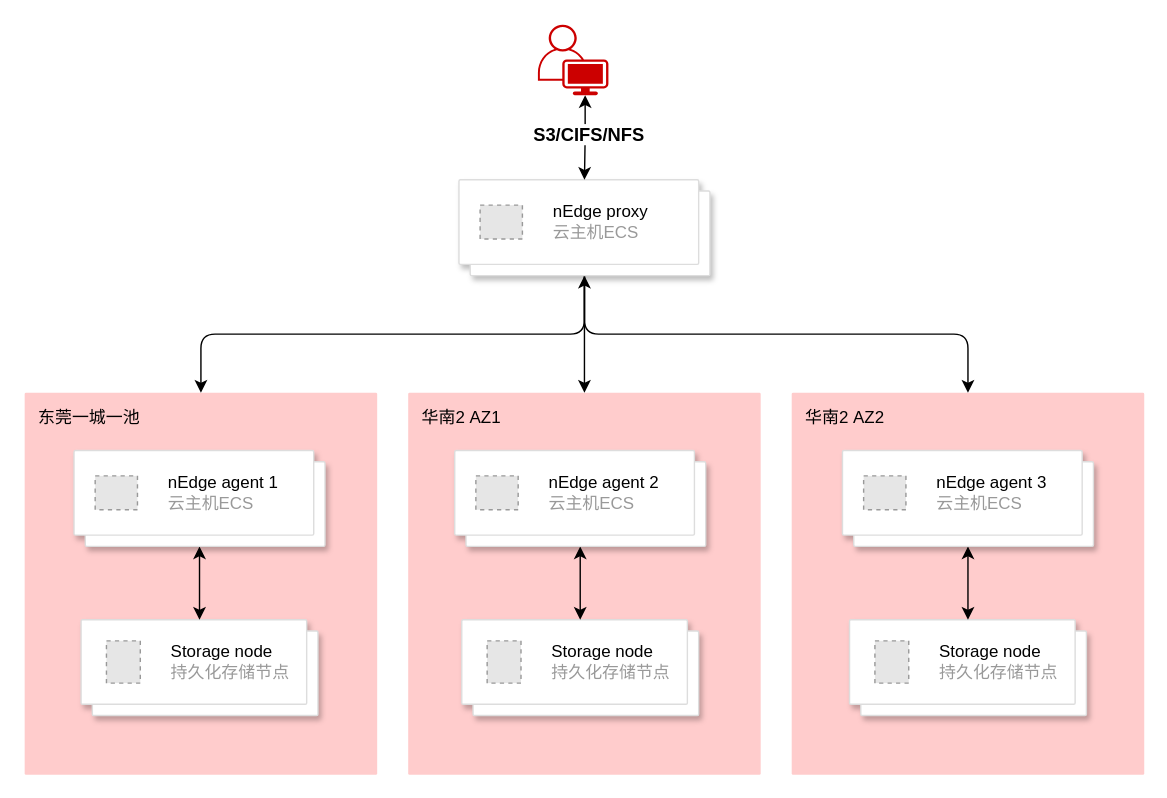
MyselfblueKAMI/drawpub keeps this draw.io diagram as 东莞香港数据云.drawio. Above is the earlier version. Source tidied: cells renumbered, new cells numbered last; positions are measured from the earlier drawing's top-left corner, leaving out a move shared by most shapes. Both pictures are drawn from the tidied source at 141%, with x=0, y=0 at pixel (24, 24). Pictures stored in the file or linked from it are replaced by grey dashed boxes.
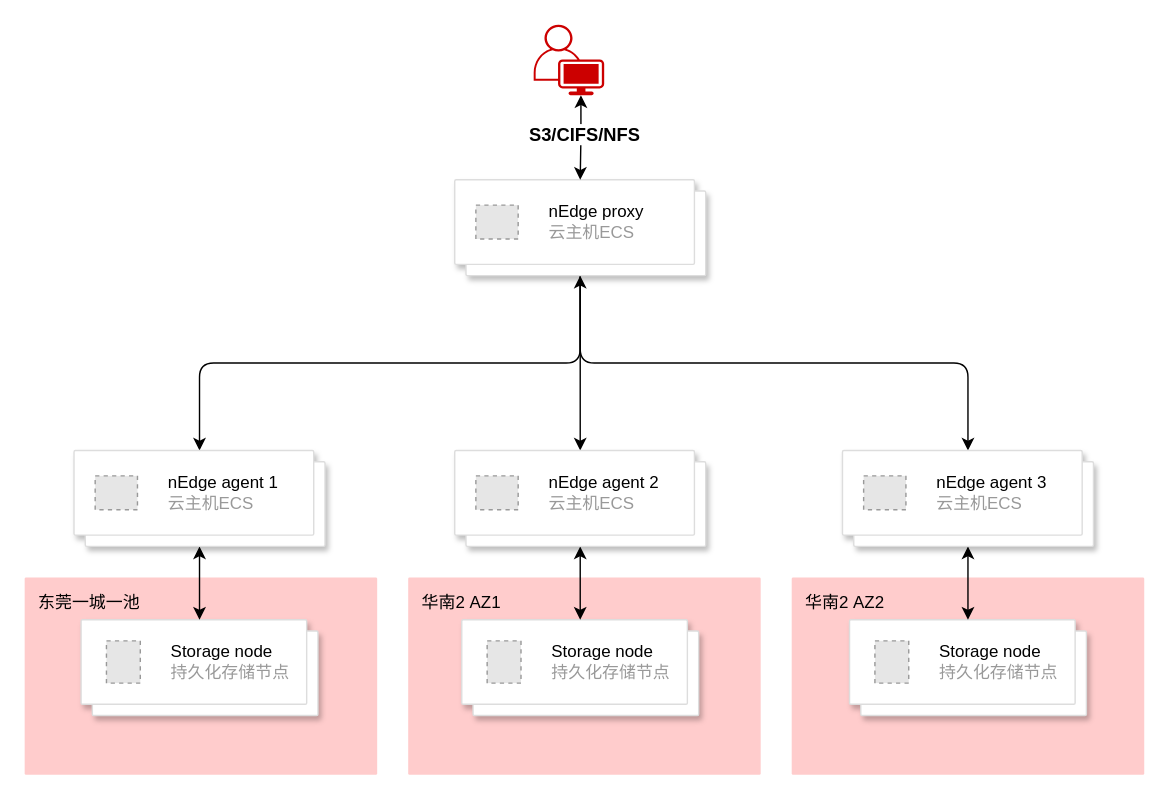
Above is the later version.

Commit message (it also covers changes not shown here):
更新东莞香港数据云.drawio

The change refers to these unchanged cells:
```xml
<mxCell id="13" style="shape=mxgraph.gcp2.doubleRect;fillColor=#ffffff;strokeColor=#dddddd;shadow=1;strokeWidth=1;rounded=1;absoluteArcSize=1;arcSize=2;" parent="1" vertex="1">
  <mxGeometry x="35" y="302" width="178" height="68" as="geometry" />
</mxCell>
<mxCell id="21" style="shape=mxgraph.gcp2.doubleRect;fillColor=#ffffff;strokeColor=#dddddd;shadow=1;strokeWidth=1;rounded=1;absoluteArcSize=1;arcSize=2;" parent="1" vertex="1">
  <mxGeometry x="305" y="302" width="178" height="68" as="geometry" />
</mxCell>
<mxCell id="26" style="shape=mxgraph.gcp2.doubleRect;fillColor=#ffffff;strokeColor=#dddddd;shadow=1;strokeWidth=1;rounded=1;absoluteArcSize=1;arcSize=2;" parent="1" vertex="1">
  <mxGeometry x="580" y="302" width="178" height="68" as="geometry" />
</mxCell>
```

The edit, as a diff of the source:
```diff
@@
     <mxCell id="2" value="&lt;font style=&quot;color: light-dark(rgb(0, 0, 0), rgb(0, 0, 0));&quot;&gt;华南2 AZ2&lt;/font&gt;" style="sketch=0;points=[[0,0,0],[0.25,0,0],[0.5,0,0],[0.75,0,0],[1,0,0],[1,0.25,0],[1,0.5,0],[1,0.75,0],[1,1,0],[0.75,1,0],[0.5,1,0],[0.25,1,0],[0,1,0],[0,0.75,0],[0,0.5,0],[0,0.25,0]];rounded=1;absoluteArcSize=1;arcSize=2;html=1;strokeColor=none;gradientColor=none;shadow=0;dashed=0;fontSize=12;fontColor=#9E9E9E;align=left;verticalAlign=top;spacing=10;spacingTop=-4;whiteSpace=wrap;fillColor=#FF9999;opacity=50;" parent="1" vertex="1">
-      <mxGeometry x="544" y="261" width="250" height="271" as="geometry" />
+      <mxGeometry x="544" y="392" width="250" height="140" as="geometry" />
     </mxCell>
     <mxCell id="3" value="&lt;font style=&quot;color: light-dark(rgb(0, 0, 0), rgb(0, 0, 0));&quot;&gt;华南2 AZ1&lt;/font&gt;" style="sketch=0;points=[[0,0,0],[0.25,0,0],[0.5,0,0],[0.75,0,0],[1,0,0],[1,0.25,0],[1,0.5,0],[1,0.75,0],[1,1,0],[0.75,1,0],[0.5,1,0],[0.25,1,0],[0,1,0],[0,0.75,0],[0,0.5,0],[0,0.25,0]];rounded=1;absoluteArcSize=1;arcSize=2;html=1;strokeColor=none;gradientColor=none;shadow=0;dashed=0;fontSize=12;fontColor=#9E9E9E;align=left;verticalAlign=top;spacing=10;spacingTop=-4;whiteSpace=wrap;fillColor=#FF9999;opacity=50;" parent="1" vertex="1">
-      <mxGeometry x="272" y="261" width="250" height="271" as="geometry" />
+      <mxGeometry x="272" y="392" width="250" height="140" as="geometry" />
     </mxCell>
     <mxCell id="4" value="&lt;font style=&quot;color: light-dark(rgb(0, 0, 0), rgb(0, 0, 0));&quot;&gt;东莞一城一池&lt;/font&gt;" style="sketch=0;points=[[0,0,0],[0.25,0,0],[0.5,0,0],[0.75,0,0],[1,0,0],[1,0.25,0],[1,0.5,0],[1,0.75,0],[1,1,0],[0.75,1,0],[0.5,1,0],[0.25,1,0],[0,1,0],[0,0.75,0],[0,0.5,0],[0,0.25,0]];rounded=1;absoluteArcSize=1;arcSize=2;html=1;strokeColor=none;gradientColor=none;shadow=0;dashed=0;fontSize=12;fontColor=#9E9E9E;align=left;verticalAlign=top;spacing=10;spacingTop=-4;whiteSpace=wrap;fillColor=#FF9999;opacity=50;" parent="1" vertex="1">
-      <mxGeometry y="261" width="250" height="271" as="geometry" />
+      <mxGeometry y="392" width="250" height="140" as="geometry" />
     </mxCell>
@@
-    <mxCell id="7" style="edgeStyle=orthogonalEdgeStyle;rounded=1;jettySize=auto;html=1;exitX=0.5;exitY=1;exitDx=0;exitDy=0;entryX=0.5;entryY=0;entryDx=0;entryDy=0;startArrow=classic;startFill=1;curved=0;entryPerimeter=0;" parent="1" edge="1" source="10" target="4">
+    <mxCell id="7" style="edgeStyle=orthogonalEdgeStyle;rounded=1;jettySize=auto;html=1;exitX=0.5;exitY=1;exitDx=0;exitDy=0;entryX=0.5;entryY=0;entryDx=0;entryDy=0;startArrow=classic;startFill=1;curved=0;" parent="1" edge="1" source="10" target="13">
       <mxGeometry relative="1" as="geometry" />
     </mxCell>
-    <mxCell id="8" style="edgeStyle=orthogonalEdgeStyle;rounded=1;jettySize=auto;html=1;exitX=0.5;exitY=1;exitDx=0;exitDy=0;entryX=0.5;entryY=0;entryDx=0;entryDy=0;curved=0;entryPerimeter=0;" parent="1" edge="1" source="10" target="3">
+    <mxCell id="8" style="edgeStyle=orthogonalEdgeStyle;rounded=1;jettySize=auto;html=1;exitX=0.5;exitY=1;exitDx=0;exitDy=0;entryX=0.5;entryY=0;entryDx=0;entryDy=0;curved=0;" parent="1" edge="1" source="10" target="21">
       <mxGeometry relative="1" as="geometry" />
     </mxCell>
-    <mxCell id="9" style="edgeStyle=orthogonalEdgeStyle;rounded=1;jettySize=auto;html=1;exitX=0.5;exitY=1;exitDx=0;exitDy=0;entryX=0.5;entryY=0;entryDx=0;entryDy=0;curved=0;entryPerimeter=0;" parent="1" edge="1" source="10" target="2">
+    <mxCell id="9" style="edgeStyle=orthogonalEdgeStyle;rounded=1;jettySize=auto;html=1;exitX=0.5;exitY=1;exitDx=0;exitDy=0;entryX=0.5;entryY=0;entryDx=0;entryDy=0;curved=0;" parent="1" edge="1" source="10" target="26">
       <mxGeometry relative="1" as="geometry" />
     </mxCell>
     <mxCell id="10" style="shape=mxgraph.gcp2.doubleRect;fillColor=#ffffff;strokeColor=#dddddd;shadow=1;strokeWidth=1;rounded=1;absoluteArcSize=1;arcSize=2;" parent="1" vertex="1">
-      <mxGeometry x="308" y="110" width="178" height="68" as="geometry" />
+      <mxGeometry x="305" y="110" width="178" height="68" as="geometry" />
     </mxCell>
@@
     <mxCell id="17" style="points=[[0.35,0,0],[0.98,0.51,0],[1,0.71,0],[0.67,1,0],[0,0.795,0],[0,0.65,0]];verticalLabelPosition=bottom;sketch=0;html=1;verticalAlign=top;align=center;shape=mxgraph.cisco19.user;fillColor=#CC0000;strokeColor=none;" parent="1" vertex="1">
-      <mxGeometry x="364" width="50" height="50" as="geometry" />
+      <mxGeometry x="361" width="50" height="50" as="geometry" />
     </mxCell>
```
